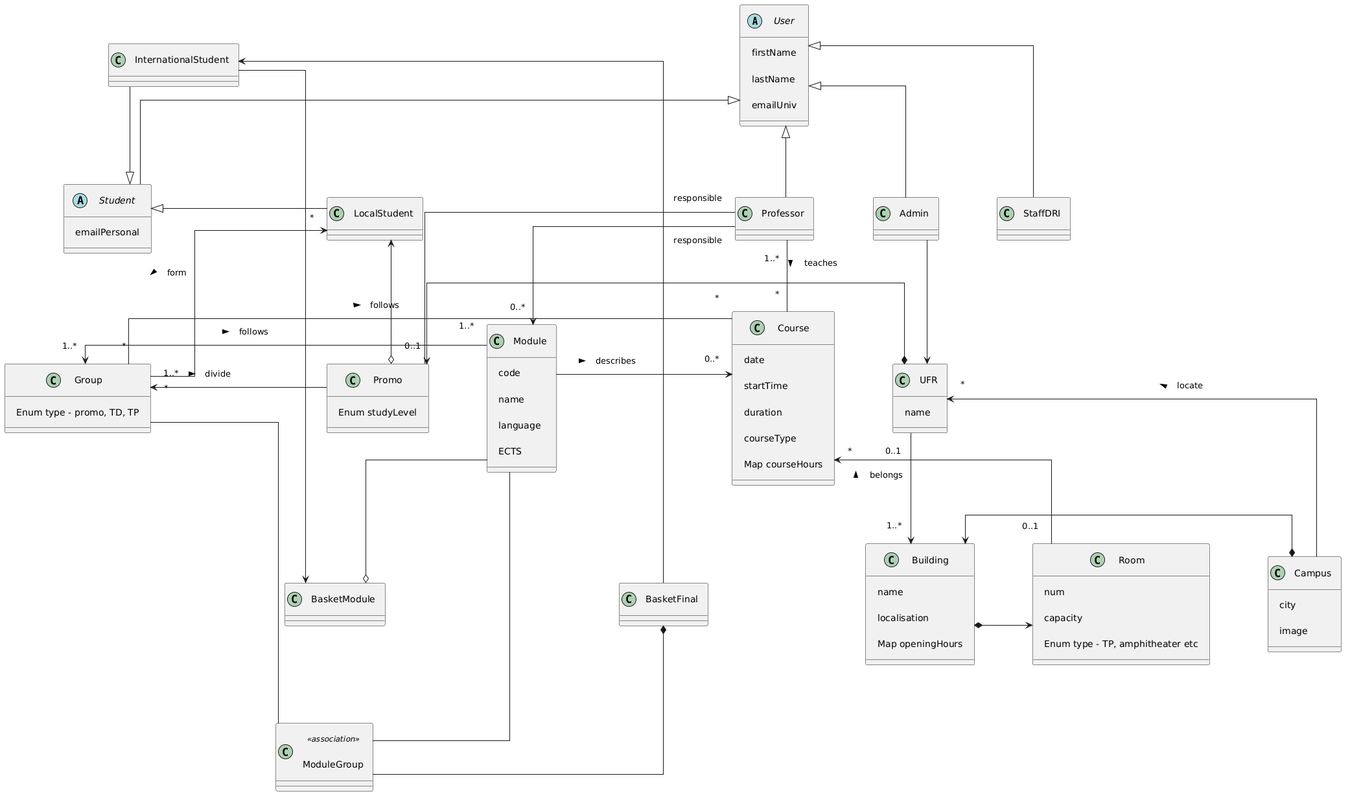
JoshuaDixon23/Hyperplanning keeps this PlantUML diagram as diagrams/ClassesDiagramCompetitiveVersion.png. Above is the earlier version.
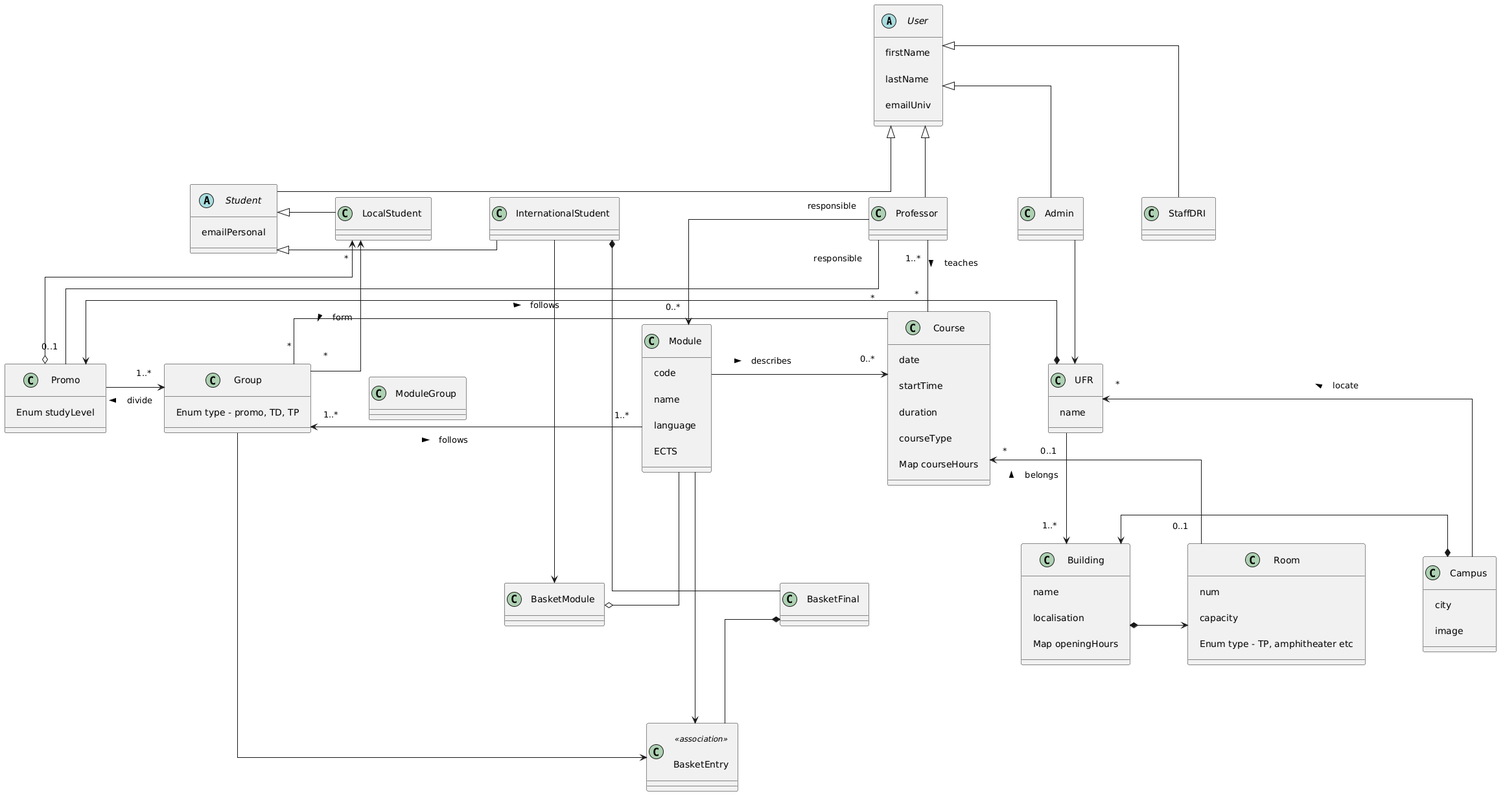
After the commit.

Commit message:
fix: Little changes of classes diagram to correspond to final basket modelisation

Change to the diagram source:
```diff
@@ -67,7 +67,7 @@
 
 class BasketModule
 class BasketFinal
-class ModuleGroup <<association>>
+class BasketEntry <<association>>
 
 
 LocalStudent         -[hidden]r- Student
@@ -129,11 +129,11 @@
 
 BasketModule       o-u- Module
 BasketModule       <-l- InternationalStudent
-BasketFinal        *--  ModuleGroup
-BasketFinal        -u-> InternationalStudent
+BasketFinal        *--  BasketEntry
+BasketFinal        -u-* InternationalStudent
 
-ModuleGroup        -u- Group
-ModuleGroup        -u- Module
+BasketEntry        <-u- Group
+BasketEntry        <-u- Module
 
 UFR                <-u- Admin
 @enduml
```
